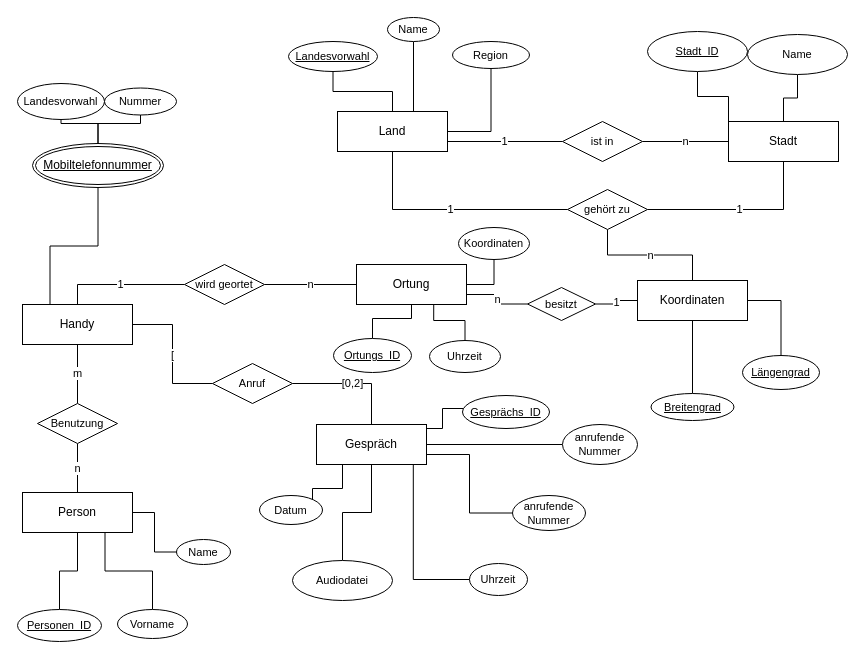
Before: Geheimdienst_ER-Modell.drawio in clemens29/Datenbanksysteme-I, a draw.io diagram. Source tidied: cells renumbered, new cells numbered last; positions are measured from the earlier drawing's top-left corner, leaving out a move shared by most shapes. Both pictures are drawn from the tidied source at 100%, with x=0, y=0 at pixel (17, 17).
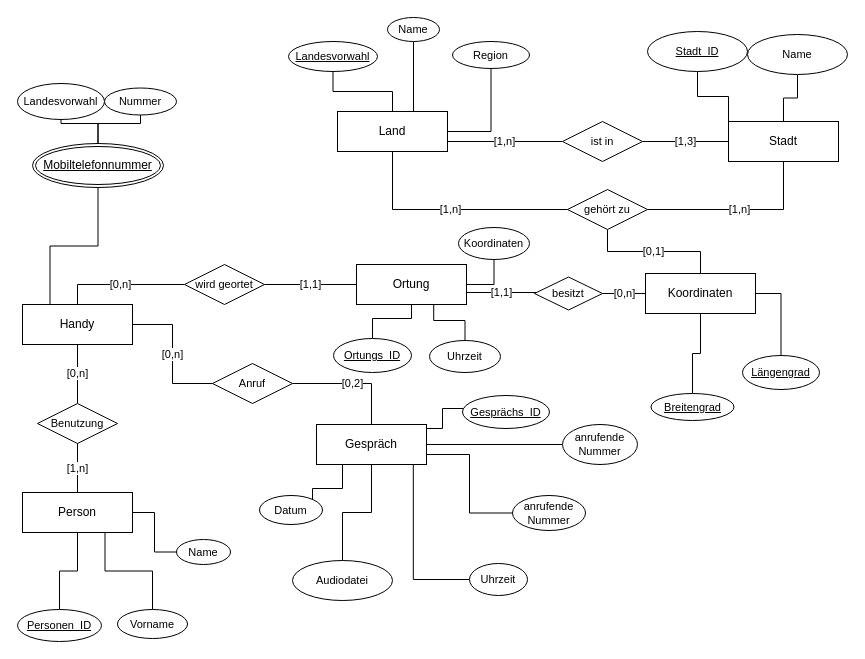
Above is the later version.

The change refers to these unchanged cells:
```xml
<mxCell id="3" value="Handy" style="whiteSpace=wrap;html=1;align=center;" parent="1" vertex="1">
  <mxGeometry x="5" y="287" width="110" height="40" as="geometry" />
</mxCell>
<mxCell id="5" value="Land" style="whiteSpace=wrap;html=1;align=center;" parent="1" vertex="1">
  <mxGeometry x="320" y="94" width="110" height="40" as="geometry" />
</mxCell>
<mxCell id="6" value="Person" style="whiteSpace=wrap;html=1;align=center;" parent="1" vertex="1">
  <mxGeometry x="5" y="475" width="110" height="40" as="geometry" />
</mxCell>
<mxCell id="7" value="Ortung" style="whiteSpace=wrap;html=1;align=center;" parent="1" vertex="1">
  <mxGeometry x="339" y="247" width="110" height="40" as="geometry" />
</mxCell>
<mxCell id="11" value="Stadt" style="whiteSpace=wrap;html=1;align=center;" parent="1" vertex="1">
  <mxGeometry x="711" y="104" width="110" height="40" as="geometry" />
</mxCell>
<mxCell id="17" value="ist in" style="shape=rhombus;perimeter=rhombusPerimeter;whiteSpace=wrap;html=1;align=center;fontFamily=Helvetica;fontSize=11;fontColor=default;" parent="1" vertex="1">
  <mxGeometry x="545" y="104" width="80" height="40" as="geometry" />
</mxCell>
<mxCell id="20" value="Benutzung" style="shape=rhombus;perimeter=rhombusPerimeter;whiteSpace=wrap;html=1;align=center;fontFamily=Helvetica;fontSize=11;fontColor=default;" parent="1" vertex="1">
  <mxGeometry x="20" y="386" width="80" height="40" as="geometry" />
</mxCell>
<mxCell id="23" value="wird geortet" style="shape=rhombus;perimeter=rhombusPerimeter;whiteSpace=wrap;html=1;align=center;fontFamily=Helvetica;fontSize=11;fontColor=default;" parent="1" vertex="1">
  <mxGeometry x="167" y="247" width="80" height="40" as="geometry" />
</mxCell>
<mxCell id="26" value="gehört zu" style="shape=rhombus;perimeter=rhombusPerimeter;whiteSpace=wrap;html=1;align=center;fontFamily=Helvetica;fontSize=11;fontColor=default;" parent="1" vertex="1">
  <mxGeometry x="550" y="172" width="80" height="40" as="geometry" />
</mxCell>
<mxCell id="28" value="Anruf" style="shape=rhombus;perimeter=rhombusPerimeter;whiteSpace=wrap;html=1;align=center;fontFamily=Helvetica;fontSize=11;fontColor=default;" parent="1" vertex="1">
  <mxGeometry x="195" y="346" width="80" height="40" as="geometry" />
</mxCell>
```

Change to the diagram source:
```diff
@@
-    <mxCell id="2" value="[" style="edgeStyle=orthogonalEdgeStyle;shape=connector;rounded=0;jettySize=auto;html=1;entryX=0;entryY=0.5;entryDx=0;entryDy=0;labelBackgroundColor=default;strokeColor=default;fontFamily=Helvetica;fontSize=11;fontColor=default;endArrow=none;endFill=0;" parent="1" edge="1" source="3" target="28">
-      <mxGeometry x="0.02" relative="1" as="geometry" />
+    <mxCell id="2" value="[0,n]" style="edgeStyle=orthogonalEdgeStyle;shape=connector;rounded=0;jettySize=auto;html=1;labelBackgroundColor=default;strokeColor=default;fontFamily=Helvetica;fontSize=11;fontColor=default;endArrow=none;endFill=0;entryX=0;entryY=0.5;entryDx=0;entryDy=0;" parent="1" edge="1" source="3" target="28">
+      <mxGeometry relative="1" as="geometry" />
     </mxCell>
@@
-    <mxCell id="8" value="n" style="edgeStyle=orthogonalEdgeStyle;shape=connector;rounded=0;jettySize=auto;html=1;entryX=0.5;entryY=1;entryDx=0;entryDy=0;labelBackgroundColor=default;strokeColor=default;fontFamily=Helvetica;fontSize=11;fontColor=default;endArrow=none;endFill=0;" parent="1" edge="1" source="9" target="26">
+    <mxCell id="8" value="[0,1]" style="edgeStyle=orthogonalEdgeStyle;shape=connector;rounded=0;jettySize=auto;html=1;entryX=0.5;entryY=1;entryDx=0;entryDy=0;labelBackgroundColor=default;strokeColor=default;fontFamily=Helvetica;fontSize=11;fontColor=default;endArrow=none;endFill=0;" parent="1" edge="1" source="9" target="26">
       <mxGeometry relative="1" as="geometry" />
     </mxCell>
     <mxCell id="9" value="Koordinaten" style="whiteSpace=wrap;html=1;align=center;" parent="1" vertex="1">
-      <mxGeometry x="620" y="263" width="110" height="40" as="geometry" />
+      <mxGeometry x="628" y="256" width="110" height="40" as="geometry" />
     </mxCell>
-    <mxCell id="10" value="n" style="edgeStyle=orthogonalEdgeStyle;shape=connector;rounded=0;jettySize=auto;html=1;labelBackgroundColor=default;strokeColor=default;fontFamily=Helvetica;fontSize=11;fontColor=default;endArrow=none;endFill=0;entryX=1;entryY=0.5;entryDx=0;entryDy=0;" parent="1" edge="1" source="11" target="17">
+    <mxCell id="10" value="[1,3]" style="edgeStyle=orthogonalEdgeStyle;shape=connector;rounded=0;jettySize=auto;html=1;labelBackgroundColor=default;strokeColor=default;fontFamily=Helvetica;fontSize=11;fontColor=default;endArrow=none;endFill=0;" parent="1" edge="1" source="11" target="17">
       <mxGeometry relative="1" as="geometry" />
     </mxCell>
@@
-    <mxCell id="16" value="1" style="edgeStyle=orthogonalEdgeStyle;shape=connector;rounded=0;jettySize=auto;html=1;entryX=1;entryY=0.75;entryDx=0;entryDy=0;labelBackgroundColor=default;strokeColor=default;fontFamily=Helvetica;fontSize=11;fontColor=default;endArrow=none;endFill=0;" parent="1" edge="1" source="17" target="5">
+    <mxCell id="16" value="[1,n]" style="edgeStyle=orthogonalEdgeStyle;shape=connector;rounded=0;jettySize=auto;html=1;entryX=1;entryY=0.75;entryDx=0;entryDy=0;labelBackgroundColor=default;strokeColor=default;fontFamily=Helvetica;fontSize=11;fontColor=default;endArrow=none;endFill=0;" parent="1" edge="1" source="17" target="5">
       <mxGeometry relative="1" as="geometry" />
     </mxCell>
@@
-    <mxCell id="18" value="m" style="edgeStyle=orthogonalEdgeStyle;shape=connector;rounded=0;jettySize=auto;html=1;entryX=0.5;entryY=1;entryDx=0;entryDy=0;labelBackgroundColor=default;strokeColor=default;fontFamily=Helvetica;fontSize=11;fontColor=default;endArrow=none;endFill=0;" parent="1" edge="1" source="20" target="3">
+    <mxCell id="18" value="[0,n]" style="edgeStyle=orthogonalEdgeStyle;shape=connector;rounded=0;jettySize=auto;html=1;entryX=0.5;entryY=1;entryDx=0;entryDy=0;labelBackgroundColor=default;strokeColor=default;fontFamily=Helvetica;fontSize=11;fontColor=default;endArrow=none;endFill=0;" parent="1" edge="1" source="20" target="3">
       <mxGeometry relative="1" as="geometry" />
     </mxCell>
-    <mxCell id="19" value="n" style="edgeStyle=orthogonalEdgeStyle;shape=connector;rounded=0;jettySize=auto;html=1;labelBackgroundColor=default;strokeColor=default;fontFamily=Helvetica;fontSize=11;fontColor=default;endArrow=none;endFill=0;" parent="1" edge="1" source="20" target="6">
+    <mxCell id="19" value="[1,n]" style="edgeStyle=orthogonalEdgeStyle;shape=connector;rounded=0;jettySize=auto;html=1;labelBackgroundColor=default;strokeColor=default;fontFamily=Helvetica;fontSize=11;fontColor=default;endArrow=none;endFill=0;" parent="1" edge="1" source="20" target="6">
       <mxGeometry relative="1" as="geometry" />
     </mxCell>
@@
-    <mxCell id="21" value="1" style="edgeStyle=orthogonalEdgeStyle;shape=connector;rounded=0;jettySize=auto;html=1;labelBackgroundColor=default;strokeColor=default;fontFamily=Helvetica;fontSize=11;fontColor=default;endArrow=none;endFill=0;entryX=0.5;entryY=0;entryDx=0;entryDy=0;" parent="1" edge="1" source="23" target="3">
+    <mxCell id="21" value="[0,n]" style="edgeStyle=orthogonalEdgeStyle;shape=connector;rounded=0;jettySize=auto;html=1;labelBackgroundColor=default;strokeColor=default;fontFamily=Helvetica;fontSize=11;fontColor=default;endArrow=none;endFill=0;entryX=0.5;entryY=0;entryDx=0;entryDy=0;" parent="1" edge="1" source="23" target="3">
       <mxGeometry relative="1" as="geometry" />
     </mxCell>
-    <mxCell id="22" value="n" style="edgeStyle=orthogonalEdgeStyle;shape=connector;rounded=0;jettySize=auto;html=1;entryX=0;entryY=0.5;entryDx=0;entryDy=0;labelBackgroundColor=default;strokeColor=default;fontFamily=Helvetica;fontSize=11;fontColor=default;endArrow=none;endFill=0;" parent="1" edge="1" source="23" target="7">
+    <mxCell id="22" value="[1,1]" style="edgeStyle=orthogonalEdgeStyle;shape=connector;rounded=0;jettySize=auto;html=1;entryX=0;entryY=0.5;entryDx=0;entryDy=0;labelBackgroundColor=default;strokeColor=default;fontFamily=Helvetica;fontSize=11;fontColor=default;endArrow=none;endFill=0;" parent="1" edge="1" source="23" target="7">
       <mxGeometry relative="1" as="geometry" />
     </mxCell>
@@
-    <mxCell id="24" value="1" style="edgeStyle=orthogonalEdgeStyle;shape=connector;rounded=0;jettySize=auto;html=1;entryX=0.5;entryY=1;entryDx=0;entryDy=0;labelBackgroundColor=default;strokeColor=default;fontFamily=Helvetica;fontSize=11;fontColor=default;endArrow=none;endFill=0;" parent="1" edge="1" source="26" target="11">
+    <mxCell id="24" value="[1,n]" style="edgeStyle=orthogonalEdgeStyle;shape=connector;rounded=0;jettySize=auto;html=1;entryX=0.5;entryY=1;entryDx=0;entryDy=0;labelBackgroundColor=default;strokeColor=default;fontFamily=Helvetica;fontSize=11;fontColor=default;endArrow=none;endFill=0;" parent="1" edge="1" source="26" target="11">
       <mxGeometry relative="1" as="geometry" />
     </mxCell>
-    <mxCell id="25" value="1" style="edgeStyle=orthogonalEdgeStyle;shape=connector;rounded=0;jettySize=auto;html=1;entryX=0.5;entryY=1;entryDx=0;entryDy=0;labelBackgroundColor=default;strokeColor=default;fontFamily=Helvetica;fontSize=11;fontColor=default;endArrow=none;endFill=0;" parent="1" edge="1" source="26" target="5">
+    <mxCell id="25" value="[1,n]" style="edgeStyle=orthogonalEdgeStyle;shape=connector;rounded=0;jettySize=auto;html=1;entryX=0.5;entryY=1;entryDx=0;entryDy=0;labelBackgroundColor=default;strokeColor=default;fontFamily=Helvetica;fontSize=11;fontColor=default;endArrow=none;endFill=0;" parent="1" edge="1" source="26" target="5">
       <mxGeometry relative="1" as="geometry" />
     </mxCell>
@@
-    <mxCell id="70" value="n" style="edgeStyle=orthogonalEdgeStyle;shape=connector;rounded=0;jettySize=auto;html=1;entryX=1;entryY=0.75;entryDx=0;entryDy=0;labelBackgroundColor=default;strokeColor=default;fontFamily=Helvetica;fontSize=11;fontColor=default;endArrow=none;endFill=0;" parent="1" edge="1" source="72" target="7">
-      <mxGeometry relative="1" as="geometry" />
+    <mxCell id="70" value="[1,1]" style="edgeStyle=orthogonalEdgeStyle;shape=connector;rounded=0;jettySize=auto;html=1;labelBackgroundColor=default;strokeColor=default;fontFamily=Helvetica;fontSize=11;fontColor=default;endArrow=none;endFill=0;entryX=1.004;entryY=0.7;entryDx=0;entryDy=0;entryPerimeter=0;" parent="1" edge="1" source="72" target="7">
+      <mxGeometry relative="1" as="geometry">
+        <Array as="points">
+          <mxPoint x="449" y="276" />
+        </Array>
+      </mxGeometry>
     </mxCell>
-    <mxCell id="71" value="1" style="edgeStyle=orthogonalEdgeStyle;shape=connector;rounded=0;jettySize=auto;html=1;entryX=0;entryY=0.5;entryDx=0;entryDy=0;labelBackgroundColor=default;strokeColor=default;fontFamily=Helvetica;fontSize=11;fontColor=default;endArrow=none;endFill=0;" parent="1" edge="1" source="72" target="9">
+    <mxCell id="71" value="[0,n]" style="edgeStyle=orthogonalEdgeStyle;shape=connector;rounded=0;jettySize=auto;html=1;entryX=0;entryY=0.5;entryDx=0;entryDy=0;labelBackgroundColor=default;strokeColor=default;fontFamily=Helvetica;fontSize=11;fontColor=default;endArrow=none;endFill=0;" parent="1" edge="1" source="72" target="9">
       <mxGeometry relative="1" as="geometry" />
     </mxCell>
     <mxCell id="72" value="besitzt" style="shape=rhombus;perimeter=rhombusPerimeter;whiteSpace=wrap;html=1;align=center;fontFamily=Helvetica;fontSize=11;fontColor=default;" parent="1" vertex="1">
-      <mxGeometry x="510" y="270" width="68" height="33" as="geometry" />
+      <mxGeometry x="517" y="259.5" width="68" height="33" as="geometry" />
     </mxCell>
```
